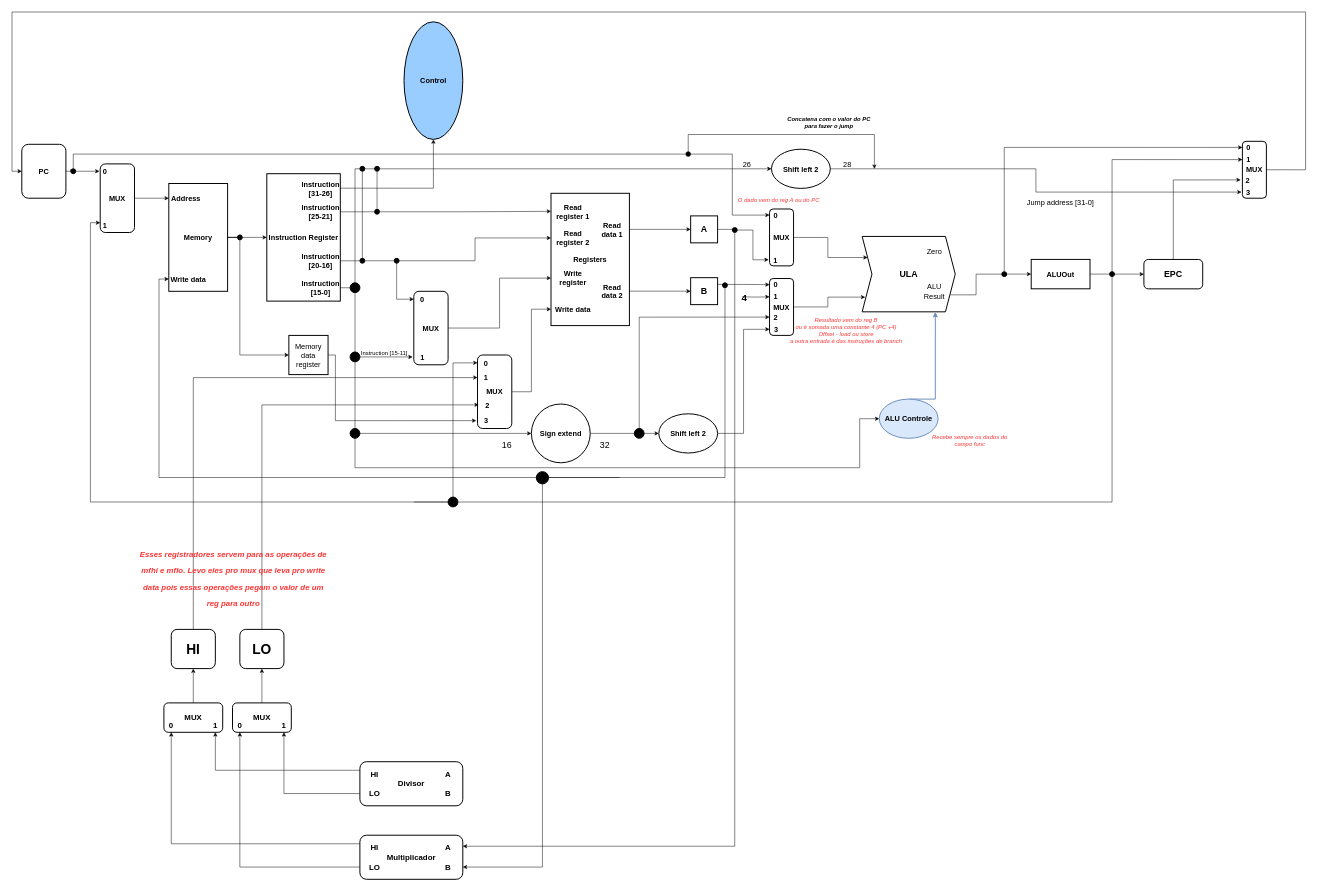
phdfreitas/infrahw-2021-2 keeps this draw.io diagram as Projeto/Unidade de Processamento/Unidade de Processamento.drawio. Above is the earlier version. Source tidied: cells renumbered, new cells numbered last; positions are measured from the earlier drawing's top-left corner, leaving out a move shared by most shapes. Both pictures are drawn from the tidied source at 49%, with x=0, y=0 at pixel (12, 12).
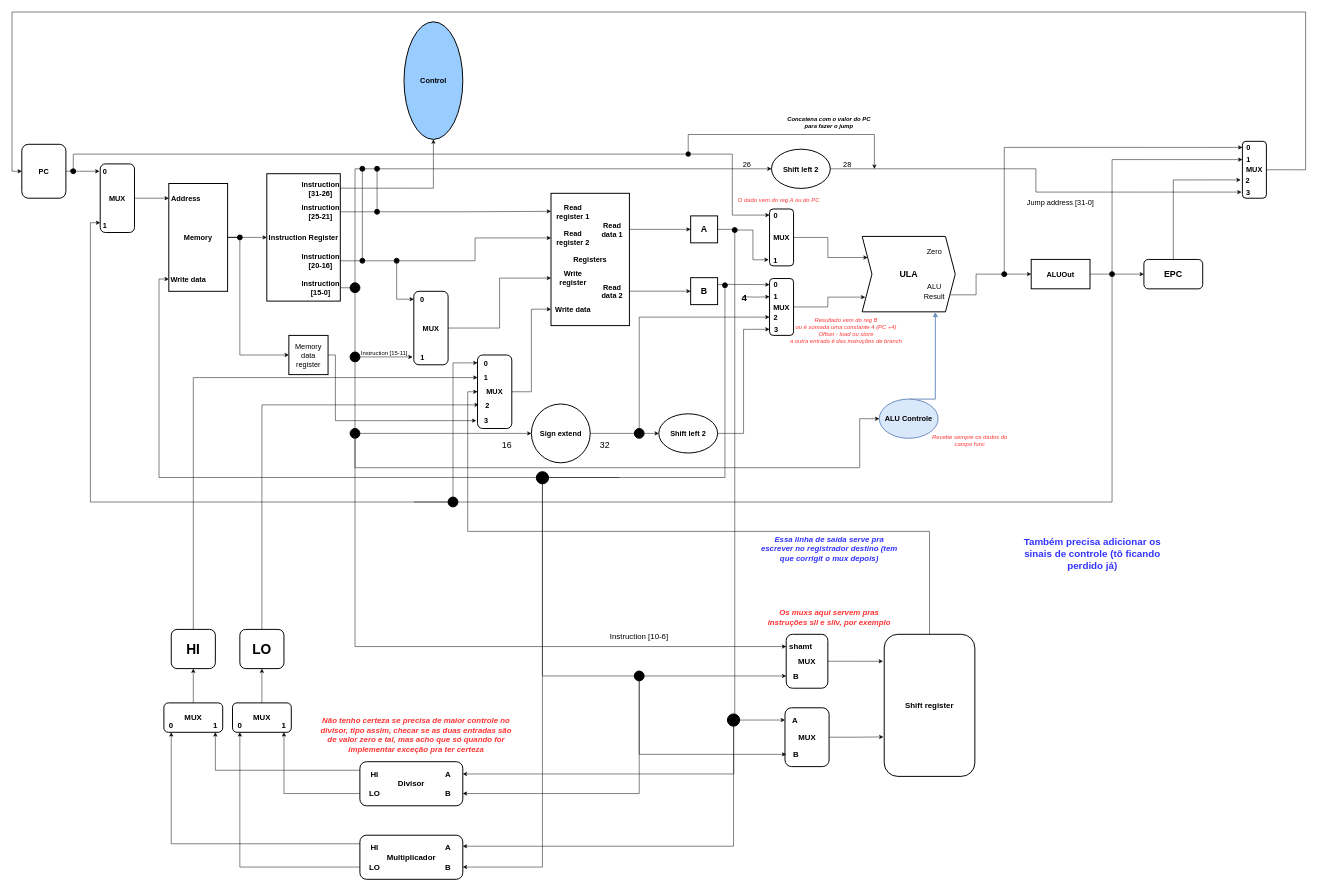
Above is the later version.

Commit message (it also covers changes not shown here):
sll, sllv, srl

Unchanged cells that the change refers to:
```xml
<mxCell id="76" style="ellipse;whiteSpace=wrap;html=1;fontSize=15;strokeWidth=2;fillColor=#000000;" parent="1" vertex="1">
  <mxGeometry x="690" y="850" width="20" height="20" as="geometry" />
</mxCell>
<mxCell id="82" value="&lt;b&gt;MUX&lt;/b&gt;" style="rounded=1;whiteSpace=wrap;html=1;fontSize=15;strokeWidth=2;" parent="81" vertex="1">
  <mxGeometry x="20" width="70" height="150" as="geometry" />
</mxCell>
<mxCell id="165" style="ellipse;whiteSpace=wrap;html=1;fontSize=15;strokeWidth=2;fillColor=#000000;" parent="1" vertex="1">
  <mxGeometry x="1470" y="440" width="10" height="10" as="geometry" />
</mxCell>
<mxCell id="168" style="ellipse;whiteSpace=wrap;html=1;fontSize=15;strokeWidth=2;fillColor=#000000;" parent="1" vertex="1">
  <mxGeometry x="1070" y="938" width="25" height="25" as="geometry" />
</mxCell>
<mxCell id="175" value="&lt;b&gt;&lt;font style=&quot;font-size: 16px&quot;&gt;Multiplicador&lt;/font&gt;&lt;/b&gt;" style="rounded=1;whiteSpace=wrap;html=1;strokeWidth=2;" parent="174" vertex="1">
  <mxGeometry width="210" height="90" as="geometry" />
</mxCell>
<mxCell id="182" value="&lt;b&gt;A&lt;/b&gt;" style="text;html=1;strokeColor=none;fillColor=none;align=center;verticalAlign=middle;whiteSpace=wrap;rounded=0;fontSize=16;" parent="180" vertex="1">
  <mxGeometry x="150" y="10" width="60" height="30" as="geometry" />
</mxCell>
<mxCell id="183" value="&lt;b&gt;B&lt;/b&gt;" style="text;html=1;strokeColor=none;fillColor=none;align=center;verticalAlign=middle;whiteSpace=wrap;rounded=0;fontSize=16;" parent="180" vertex="1">
  <mxGeometry x="150" y="50" width="60" height="30" as="geometry" />
</mxCell>
```

What changed in the source:
```diff
@@
+    <mxCell id="196" style="edgeStyle=orthogonalEdgeStyle;rounded=0;jettySize=auto;html=1;exitX=0.5;exitY=1;exitDx=0;exitDy=0;entryX=0;entryY=0.5;entryDx=0;entryDy=0;fontSize=16;" parent="1" edge="1" source="76" target="204">
+      <mxGeometry relative="1" as="geometry" />
+    </mxCell>
@@
-    <mxCell id="161" value="&lt;font color=&quot;#ff3333&quot; size=&quot;1&quot;&gt;&lt;i style=&quot;font-size: 16px&quot;&gt;&lt;b&gt;Esses registradores servem para as operações de mfhi e mflo. Levo eles pro mux que leva pro write data pois essas operações pegam o valor de um reg para outro&lt;/b&gt;&lt;/i&gt;&lt;/font&gt;" style="text;html=1;strokeColor=none;fillColor=none;align=center;verticalAlign=middle;whiteSpace=wrap;rounded=0;fontSize=28;" parent="1" vertex="1">
-      <mxGeometry x="257.5" y="1110" width="387.5" height="85" as="geometry" />
-    </mxCell>
@@
-    <mxCell id="164" style="edgeStyle=orthogonalEdgeStyle;rounded=0;jettySize=auto;html=1;exitX=0.5;exitY=1;exitDx=0;exitDy=0;entryX=1;entryY=0.25;entryDx=0;entryDy=0;fontSize=16;" parent="1" edge="1" source="165" target="175">
+    <mxCell id="164" style="edgeStyle=orthogonalEdgeStyle;rounded=0;jettySize=auto;html=1;exitX=0.5;exitY=1;exitDx=0;exitDy=0;entryX=1;entryY=0.25;entryDx=0;entryDy=0;fontSize=16;startArrow=none;" parent="1" edge="1" source="214" target="175">
       <mxGeometry relative="1" as="geometry" />
     </mxCell>
@@
+    <mxCell id="197" style="edgeStyle=orthogonalEdgeStyle;rounded=0;jettySize=auto;html=1;exitX=0.5;exitY=1;exitDx=0;exitDy=0;entryX=0;entryY=0.5;entryDx=0;entryDy=0;fontSize=16;startArrow=none;" parent="1" edge="1" source="210" target="205">
+      <mxGeometry relative="1" as="geometry">
+        <Array as="points">
+          <mxPoint x="1280" y="1355" />
+        </Array>
+      </mxGeometry>
+    </mxCell>
@@
+    <mxCell id="198" style="edgeStyle=orthogonalEdgeStyle;rounded=0;jettySize=auto;html=1;exitX=0.5;exitY=0;exitDx=0;exitDy=0;entryX=0;entryY=0.5;entryDx=0;entryDy=0;fontSize=16;fontColor=#FF3333;" parent="1" edge="1" source="199" target="82">
+      <mxGeometry relative="1" as="geometry" />
+    </mxCell>
+    <mxCell id="199" value="&lt;b&gt;Shift register&lt;/b&gt;" style="rounded=1;whiteSpace=wrap;html=1;fontSize=16;strokeWidth=2;" parent="1" vertex="1">
+      <mxGeometry x="1780" y="1270" width="185" height="290" as="geometry" />
+    </mxCell>
+    <mxCell id="200" style="edgeStyle=orthogonalEdgeStyle;rounded=0;jettySize=auto;html=1;exitX=1;exitY=0.5;exitDx=0;exitDy=0;entryX=-0.009;entryY=0.722;entryDx=0;entryDy=0;entryPerimeter=0;fontSize=16;" parent="1" edge="1" source="201" target="199">
+      <mxGeometry relative="1" as="geometry" />
+    </mxCell>
+    <mxCell id="201" value="&lt;b&gt;MUX&lt;/b&gt;" style="rounded=1;whiteSpace=wrap;html=1;fontSize=16;strokeWidth=2;" parent="1" vertex="1">
+      <mxGeometry x="1577.5" y="1420" width="90" height="120" as="geometry" />
+    </mxCell>
+    <mxCell id="202" style="group;" parent="1" vertex="1">
+      <mxGeometry x="1580" y="1270" width="85" height="110" as="geometry" />
+    </mxCell>
+    <mxCell id="203" value="&lt;b&gt;MUX&lt;/b&gt;" style="rounded=1;whiteSpace=wrap;html=1;fontSize=16;strokeWidth=2;" parent="202" vertex="1">
+      <mxGeometry width="85" height="110" as="geometry" />
+    </mxCell>
+    <mxCell id="204" value="&lt;b&gt;shamt&lt;/b&gt;" style="text;html=1;strokeColor=none;fillColor=none;align=center;verticalAlign=middle;whiteSpace=wrap;rounded=0;fontSize=16;" parent="202" vertex="1">
+      <mxGeometry y="10" width="60" height="30" as="geometry" />
+    </mxCell>
+    <mxCell id="205" value="&lt;b&gt;B&lt;/b&gt;" style="text;html=1;strokeColor=none;fillColor=none;align=center;verticalAlign=middle;whiteSpace=wrap;rounded=0;fontSize=16;" parent="202" vertex="1">
+      <mxGeometry y="70" width="40" height="30" as="geometry" />
+    </mxCell>
+    <mxCell id="206" value="&lt;b&gt;B&lt;/b&gt;" style="text;html=1;strokeColor=none;fillColor=none;align=center;verticalAlign=middle;whiteSpace=wrap;rounded=0;fontSize=16;" parent="1" vertex="1">
+      <mxGeometry x="1580" y="1500" width="40" height="30" as="geometry" />
+    </mxCell>
+    <mxCell id="207" value="&lt;b&gt;A&lt;/b&gt;" style="text;html=1;strokeColor=none;fillColor=none;align=center;verticalAlign=middle;whiteSpace=wrap;rounded=0;fontSize=16;" parent="1" vertex="1">
+      <mxGeometry x="1577.5" y="1430" width="40" height="30" as="geometry" />
+    </mxCell>
+    <mxCell id="208" style="edgeStyle=orthogonalEdgeStyle;rounded=0;jettySize=auto;html=1;exitX=1;exitY=1;exitDx=0;exitDy=0;entryX=0;entryY=0.5;entryDx=0;entryDy=0;fontSize=16;" parent="1" edge="1" source="210" target="206">
+      <mxGeometry relative="1" as="geometry">
+        <Array as="points">
+          <mxPoint x="1280" y="1362" />
+          <mxPoint x="1280" y="1515" />
+        </Array>
+      </mxGeometry>
+    </mxCell>
+    <mxCell id="209" style="edgeStyle=orthogonalEdgeStyle;rounded=0;jettySize=auto;html=1;exitX=0.5;exitY=1;exitDx=0;exitDy=0;entryX=1;entryY=0.5;entryDx=0;entryDy=0;fontSize=20;fontColor=#3333FF;" parent="1" edge="1" source="210" target="183">
+      <mxGeometry relative="1" as="geometry" />
+    </mxCell>
+    <mxCell id="210" style="ellipse;whiteSpace=wrap;html=1;fontSize=15;strokeWidth=2;fillColor=#000000;" parent="1" vertex="1">
+      <mxGeometry x="1270" y="1345" width="20" height="20" as="geometry" />
+    </mxCell>
+    <mxCell id="211" style="edgeStyle=orthogonalEdgeStyle;rounded=0;jettySize=auto;html=1;exitX=0.5;exitY=1;exitDx=0;exitDy=0;entryX=0;entryY=0.5;entryDx=0;entryDy=0;fontSize=16;endArrow=none;" parent="1" edge="1" source="168" target="210">
+      <mxGeometry relative="1" as="geometry" />
+    </mxCell>
+    <mxCell id="212" style="edgeStyle=orthogonalEdgeStyle;rounded=0;jettySize=auto;html=1;exitX=1;exitY=0.5;exitDx=0;exitDy=0;entryX=0;entryY=0.5;entryDx=0;entryDy=0;fontSize=16;" parent="1" edge="1" source="214" target="207">
+      <mxGeometry relative="1" as="geometry" />
+    </mxCell>
+    <mxCell id="213" style="edgeStyle=orthogonalEdgeStyle;rounded=0;jettySize=auto;html=1;exitX=0;exitY=1;exitDx=0;exitDy=0;entryX=1;entryY=0.5;entryDx=0;entryDy=0;fontSize=20;fontColor=#3333FF;" parent="1" edge="1" source="214" target="182">
+      <mxGeometry relative="1" as="geometry">
+        <Array as="points">
+          <mxPoint x="1473" y="1454" />
+          <mxPoint x="1473" y="1555" />
+        </Array>
+      </mxGeometry>
+    </mxCell>
+    <mxCell id="214" style="ellipse;whiteSpace=wrap;html=1;fontSize=15;strokeWidth=2;fillColor=#000000;" parent="1" vertex="1">
+      <mxGeometry x="1460" y="1432.5" width="25" height="25" as="geometry" />
+    </mxCell>
+    <mxCell id="215" style="edgeStyle=orthogonalEdgeStyle;rounded=0;jettySize=auto;html=1;exitX=0.5;exitY=1;exitDx=0;exitDy=0;entryX=1;entryY=0.25;entryDx=0;entryDy=0;fontSize=16;endArrow=none;" parent="1" edge="1" source="165" target="214">
+      <mxGeometry relative="1" as="geometry">
+        <Array as="points">
+          <mxPoint x="1475" y="1439" />
+        </Array>
+      </mxGeometry>
+    </mxCell>
+    <mxCell id="216" value="Instruction [10-6]" style="text;html=1;strokeColor=none;fillColor=none;align=center;verticalAlign=middle;whiteSpace=wrap;rounded=0;fontSize=16;" parent="1" vertex="1">
+      <mxGeometry x="1210" y="1260" width="140" height="30" as="geometry" />
+    </mxCell>
+    <mxCell id="217" style="edgeStyle=orthogonalEdgeStyle;rounded=0;jettySize=auto;html=1;exitX=1;exitY=0.5;exitDx=0;exitDy=0;entryX=-0.014;entryY=0.19;entryDx=0;entryDy=0;entryPerimeter=0;fontSize=16;" parent="1" edge="1" source="203" target="199">
+      <mxGeometry relative="1" as="geometry" />
+    </mxCell>
+    <mxCell id="218" value="&lt;i&gt;&lt;b&gt;&lt;font color=&quot;#ff3333&quot;&gt;Os muxs aqui servem pras instruções sll e sllv, por exemplo&lt;/font&gt;&lt;/b&gt;&lt;/i&gt;" style="text;html=1;strokeColor=none;fillColor=none;align=center;verticalAlign=middle;whiteSpace=wrap;rounded=0;fontSize=16;" parent="1" vertex="1">
+      <mxGeometry x="1522.5" y="1210" width="290" height="50" as="geometry" />
+    </mxCell>
+    <mxCell id="219" value="&lt;i&gt;&lt;b&gt;&lt;font color=&quot;#3333ff&quot;&gt;Essa linha de saída serve pra escrever no registrador destino (tem que corrigit o mux depois)&lt;/font&gt;&lt;/b&gt;&lt;/i&gt;" style="text;html=1;strokeColor=none;fillColor=none;align=center;verticalAlign=middle;whiteSpace=wrap;rounded=0;fontSize=16;" parent="1" vertex="1">
+      <mxGeometry x="1522.5" y="1070" width="290" height="50" as="geometry" />
+    </mxCell>
+    <mxCell id="220" value="&lt;b&gt;&lt;font style=&quot;font-size: 20px&quot;&gt;Também precisa adicionar os sinais de controle (tô ficando perdido já)&lt;/font&gt;&lt;/b&gt;" style="text;html=1;strokeColor=none;fillColor=none;align=center;verticalAlign=middle;whiteSpace=wrap;rounded=0;fontSize=16;fontColor=#3333FF;" parent="1" vertex="1">
+      <mxGeometry x="2060" y="1090" width="290" height="30" as="geometry" />
+    </mxCell>
+    <mxCell id="221" value="&lt;i&gt;&lt;b&gt;&lt;font color=&quot;#ff3333&quot;&gt;Não tenho certeza se precisa de maior controle no divisor, tipo assim, checar se as duas entradas são de valor zero e tal, mas acho que só quando for implementar exceção pra ter certeza&lt;/font&gt;&lt;/b&gt;&lt;/i&gt;" style="text;html=1;strokeColor=none;fillColor=none;align=center;verticalAlign=middle;whiteSpace=wrap;rounded=0;fontSize=16;" parent="1" vertex="1">
+      <mxGeometry x="620" y="1450" width="410" height="50" as="geometry" />
+    </mxCell>
```
